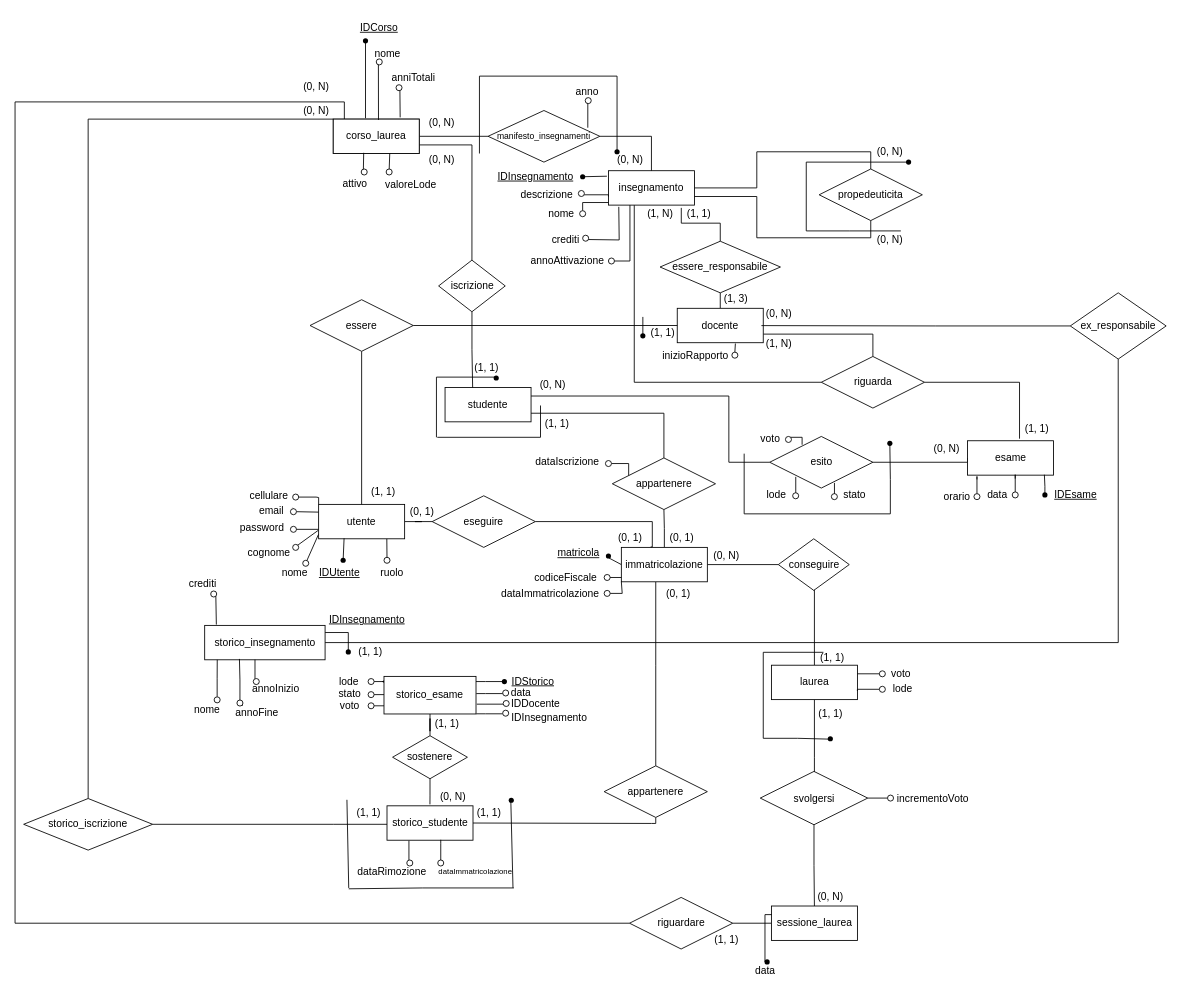
Above: page "ER Ristrutturato" (2 of 2) of progetto/db/uni.drawio in michelebolis/UniversityExamSystem (draw.io), before the change. Source tidied: cells renumbered, new cells numbered last; positions are measured from the earlier drawing's top-left corner, leaving out a move shared by most shapes. Both pictures are drawn from the tidied source at 86%, with x=0, y=0 at pixel (15, 15).
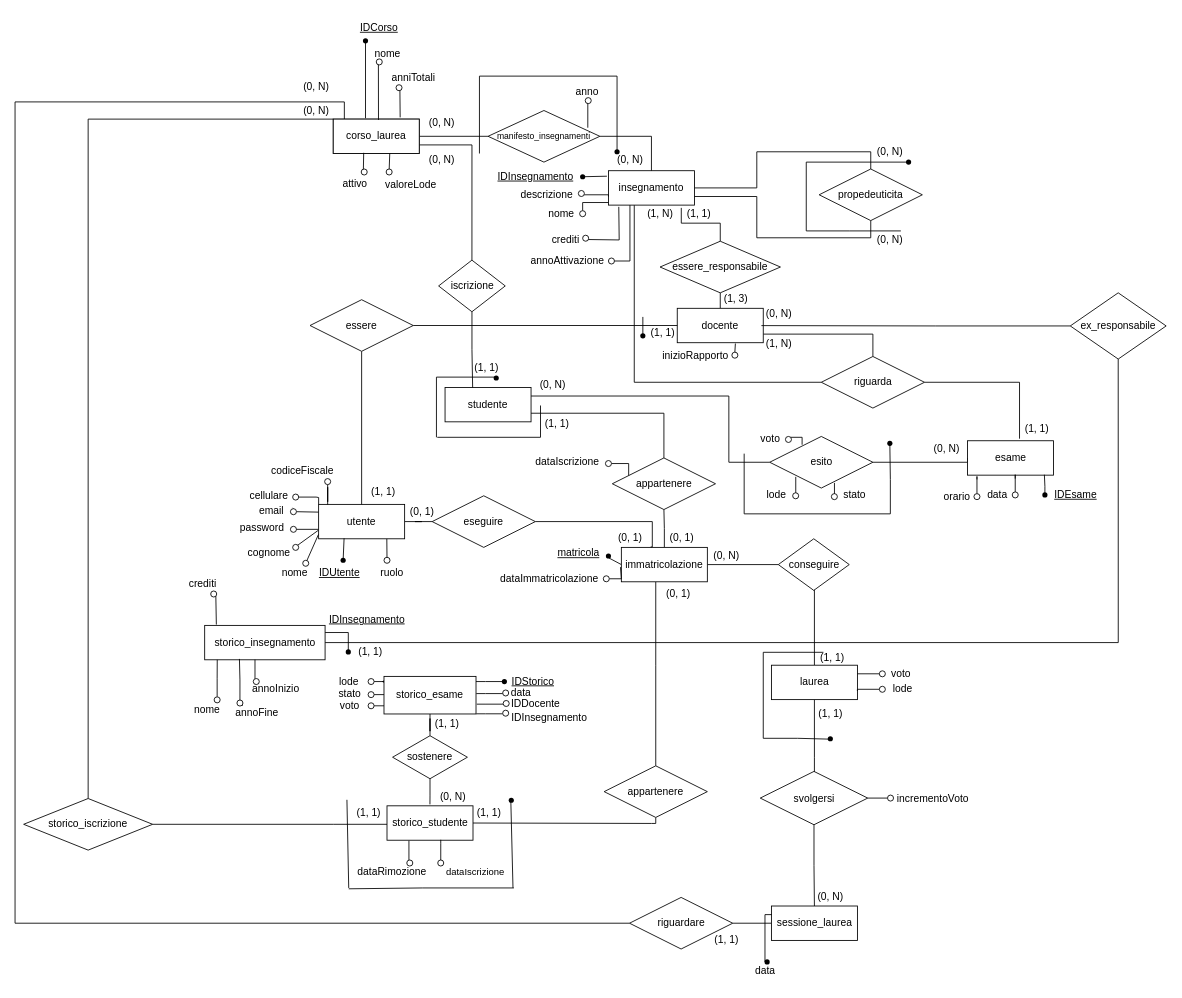
After the change.

The change refers to these unchanged cells:
```xml
<mxCell id="3" value="utente" style="whiteSpace=wrap;html=1;align=center;" parent="1" vertex="1">
  <mxGeometry x="353" y="569" width="100" height="40" as="geometry" />
</mxCell>
```

The edit, as a diff of the source:
```diff
@@
-    <mxCell id="93" value="dataImmatricolazione" style="text;html=1;align=center;verticalAlign=middle;strokeColor=none;fillColor=none;fontSize=9;" parent="1" vertex="1">
-      <mxGeometry x="483" y="984.5" width="104" height="23" as="geometry" />
+    <mxCell id="93" value="dataIscrizione" style="text;html=1;align=center;verticalAlign=middle;strokeColor=none;fillColor=none;fontSize=11;" parent="1" vertex="1">
+      <mxGeometry x="492" y="984.5" width="86" height="25" as="geometry" />
     </mxCell>
@@
     <mxCell id="199" value="codiceFiscale" style="text;html=1;align=center;verticalAlign=middle;strokeColor=none;fillColor=none;" parent="1" vertex="1">
-      <mxGeometry x="590" y="639" width="100" height="30" as="geometry" />
+      <mxGeometry x="284" y="515" width="100" height="30" as="geometry" />
     </mxCell>
-    <mxCell id="200" style="edgeStyle=orthogonalEdgeStyle;rounded=0;orthogonalLoop=1;jettySize=auto;html=1;endArrow=none;endFill=0;entryX=-0.004;entryY=0.873;entryDx=0;entryDy=0;entryPerimeter=0;" parent="1" edge="1">
-      <mxGeometry relative="1" as="geometry">
-        <mxPoint x="687" y="654" as="sourcePoint" />
-        <mxPoint x="705" y="654" as="targetPoint" />
-      </mxGeometry>
-    </mxCell>
+    <mxCell id="273" style="edgeStyle=orthogonalEdgeStyle;rounded=0;jettySize=auto;html=1;entryX=0.105;entryY=0.006;entryDx=0;entryDy=0;entryPerimeter=0;endArrow=none;endFill=0;" parent="1" edge="1" source="201" target="3">
+      <mxGeometry relative="1" as="geometry" />
+    </mxCell>
     <mxCell id="201" style="ellipse;whiteSpace=wrap;html=1;" parent="1" vertex="1">
-      <mxGeometry x="685" y="650.5" width="7" height="7" as="geometry" />
+      <mxGeometry x="360" y="539" width="7" height="7" as="geometry" />
     </mxCell>
@@
     <mxCell id="270" style="edgeStyle=orthogonalEdgeStyle;rounded=0;jettySize=auto;html=1;entryX=0;entryY=1;entryDx=0;entryDy=0;endArrow=none;endFill=0;" parent="1" edge="1" source="271">
       <mxGeometry relative="1" as="geometry">
-        <mxPoint x="705" y="659" as="targetPoint" />
+        <mxPoint x="704" y="642" as="targetPoint" />
         <Array as="points">
-          <mxPoint x="706" y="673" />
-          <mxPoint x="706" y="659" />
+          <mxPoint x="705" y="656" />
+          <mxPoint x="705" y="642" />
         </Array>
       </mxGeometry>
     </mxCell>
     <mxCell id="271" style="ellipse;whiteSpace=wrap;html=1;" parent="1" vertex="1">
-      <mxGeometry x="685" y="669" width="7" height="7" as="geometry" />
+      <mxGeometry x="684" y="652" width="7" height="7" as="geometry" />
     </mxCell>
     <mxCell id="272" value="dataImmatricolazione" style="text;html=1;align=center;verticalAlign=middle;strokeColor=none;fillColor=none;" parent="1" vertex="1">
-      <mxGeometry x="556" y="660.2" width="132" height="26" as="geometry" />
+      <mxGeometry x="555" y="643.2" width="132" height="26" as="geometry" />
     </mxCell>
```
